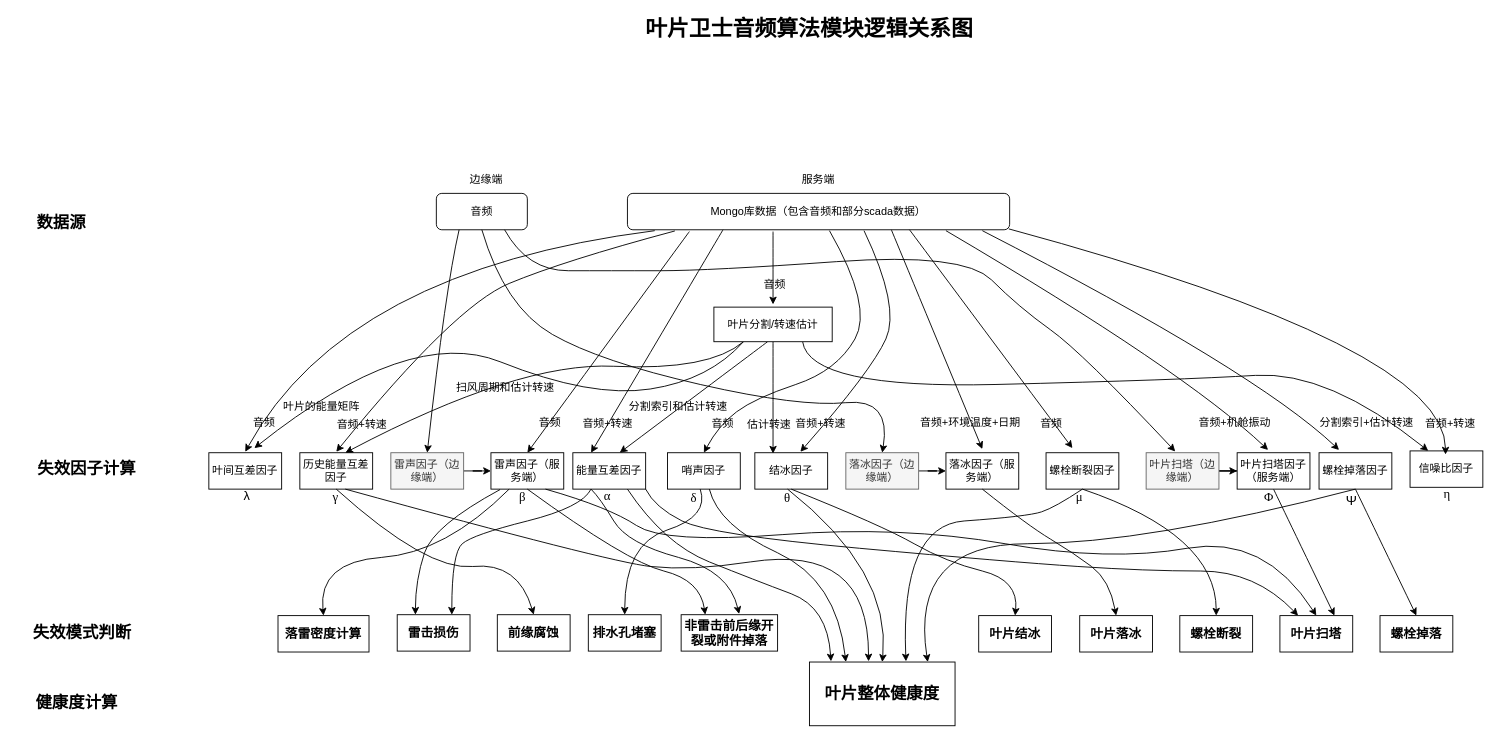
Earlier version of the draw.io diagram doc/Untitled Diagram.drawio (Davidlee2017/aria2). Source tidied: cells renumbered, new cells numbered last; positions are measured from the earlier drawing's top-left corner, leaving out a move shared by most shapes. Both pictures are drawn from the tidied source at 91%, with x=0, y=0 at pixel (15, 15).
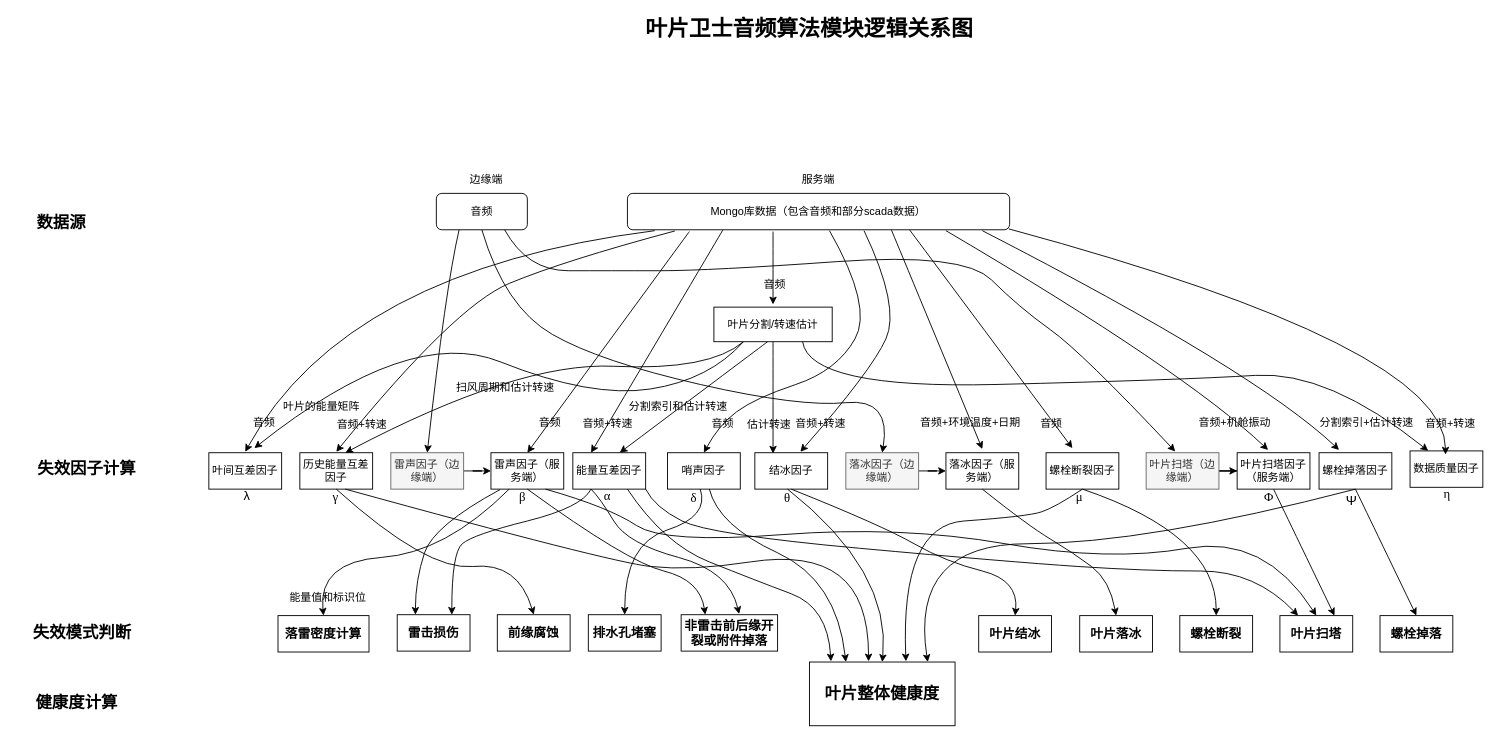
The same page after the edit.

Commit message:
叶片卫士音频算法模块逻辑关系图.drawio

What changed in the source:
```diff
@@
-    <mxCell id="2" value="信噪比因子" style="rounded=0;whiteSpace=wrap;html=1;" parent="1" vertex="1">
+    <mxCell id="2" value="数据质量因子" style="rounded=0;whiteSpace=wrap;html=1;" parent="1" vertex="1">
       <mxGeometry x="1532" y="478" width="80" height="40" as="geometry" />
     </mxCell>
@@
+    <mxCell id="106" value="&lt;font style=&quot;font-size: 12px&quot;&gt;能量值和标识位&lt;/font&gt;" style="text;whiteSpace=wrap;html=1;fontSize=18;" parent="1" vertex="1">
+      <mxGeometry x="299" y="620" width="105" height="30" as="geometry" />
+    </mxCell>
```
